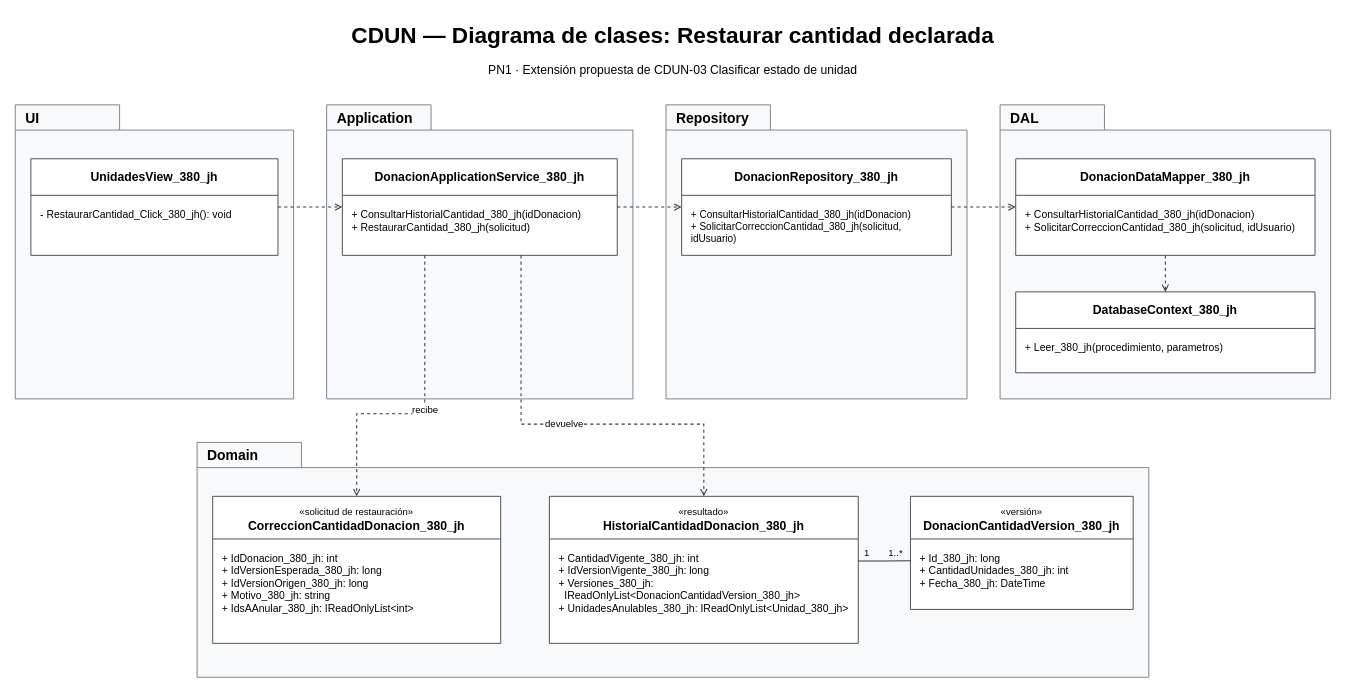
This is Diagramas/Bitacora de cantidad de donacion/T06b - Correccion de cantidad de donacion - Clases.drawio from juanNH/Ingenieria-de-Software, a draw.io file, before an edit. Source tidied: cells renumbered, new cells numbered last; positions are measured from the earlier drawing's top-left corner, leaving out a move shared by most shapes. Both pictures are drawn from the tidied source at 87%, with x=0, y=0 at pixel (15, 15).
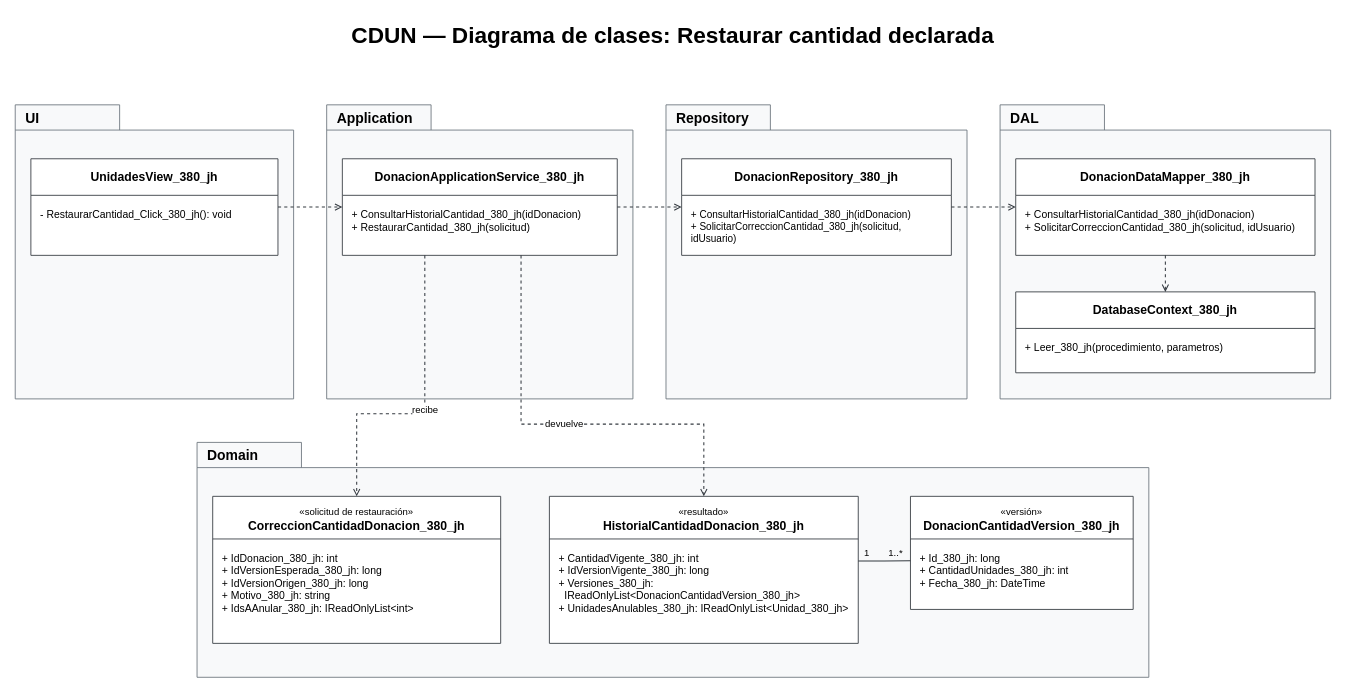
After the change.

Change to the diagram source:
```diff
@@
-    <mxCell id="3" value="PN1 · Extensión propuesta de CDUN-03 Clasificar estado de unidad" style="text;html=1;whiteSpace=wrap;strokeColor=none;fillColor=none;verticalAlign=middle;fontFamily=Arial;align=center;fontSize=14;" parent="1" vertex="1">
-      <mxGeometry y="48" width="1512" height="29" as="geometry" />
-    </mxCell>
```
